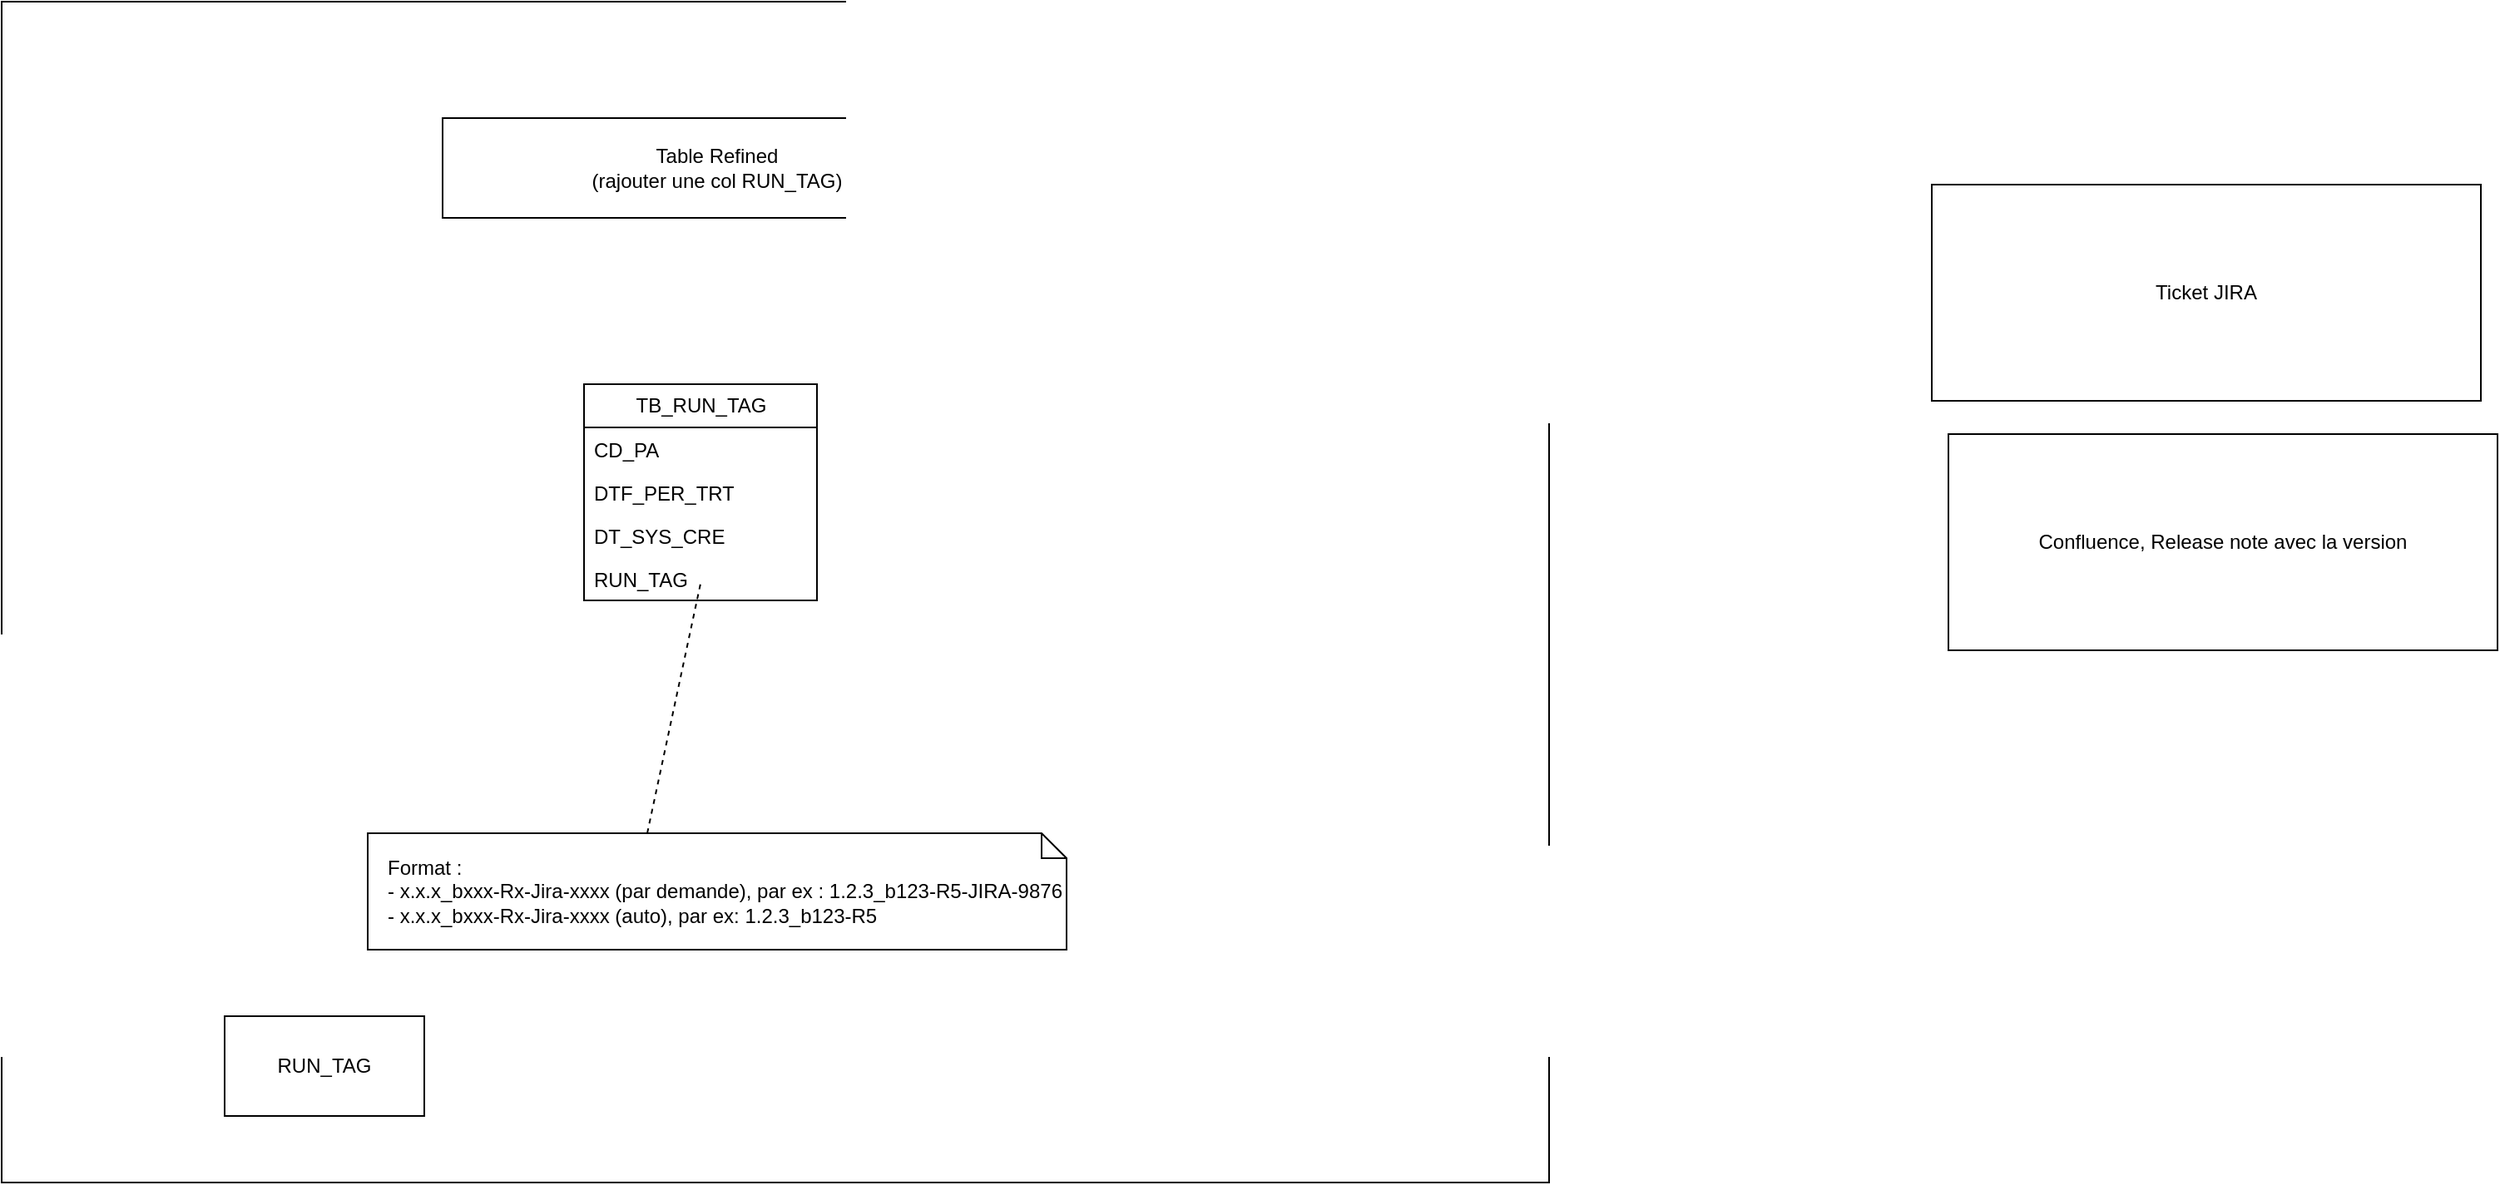
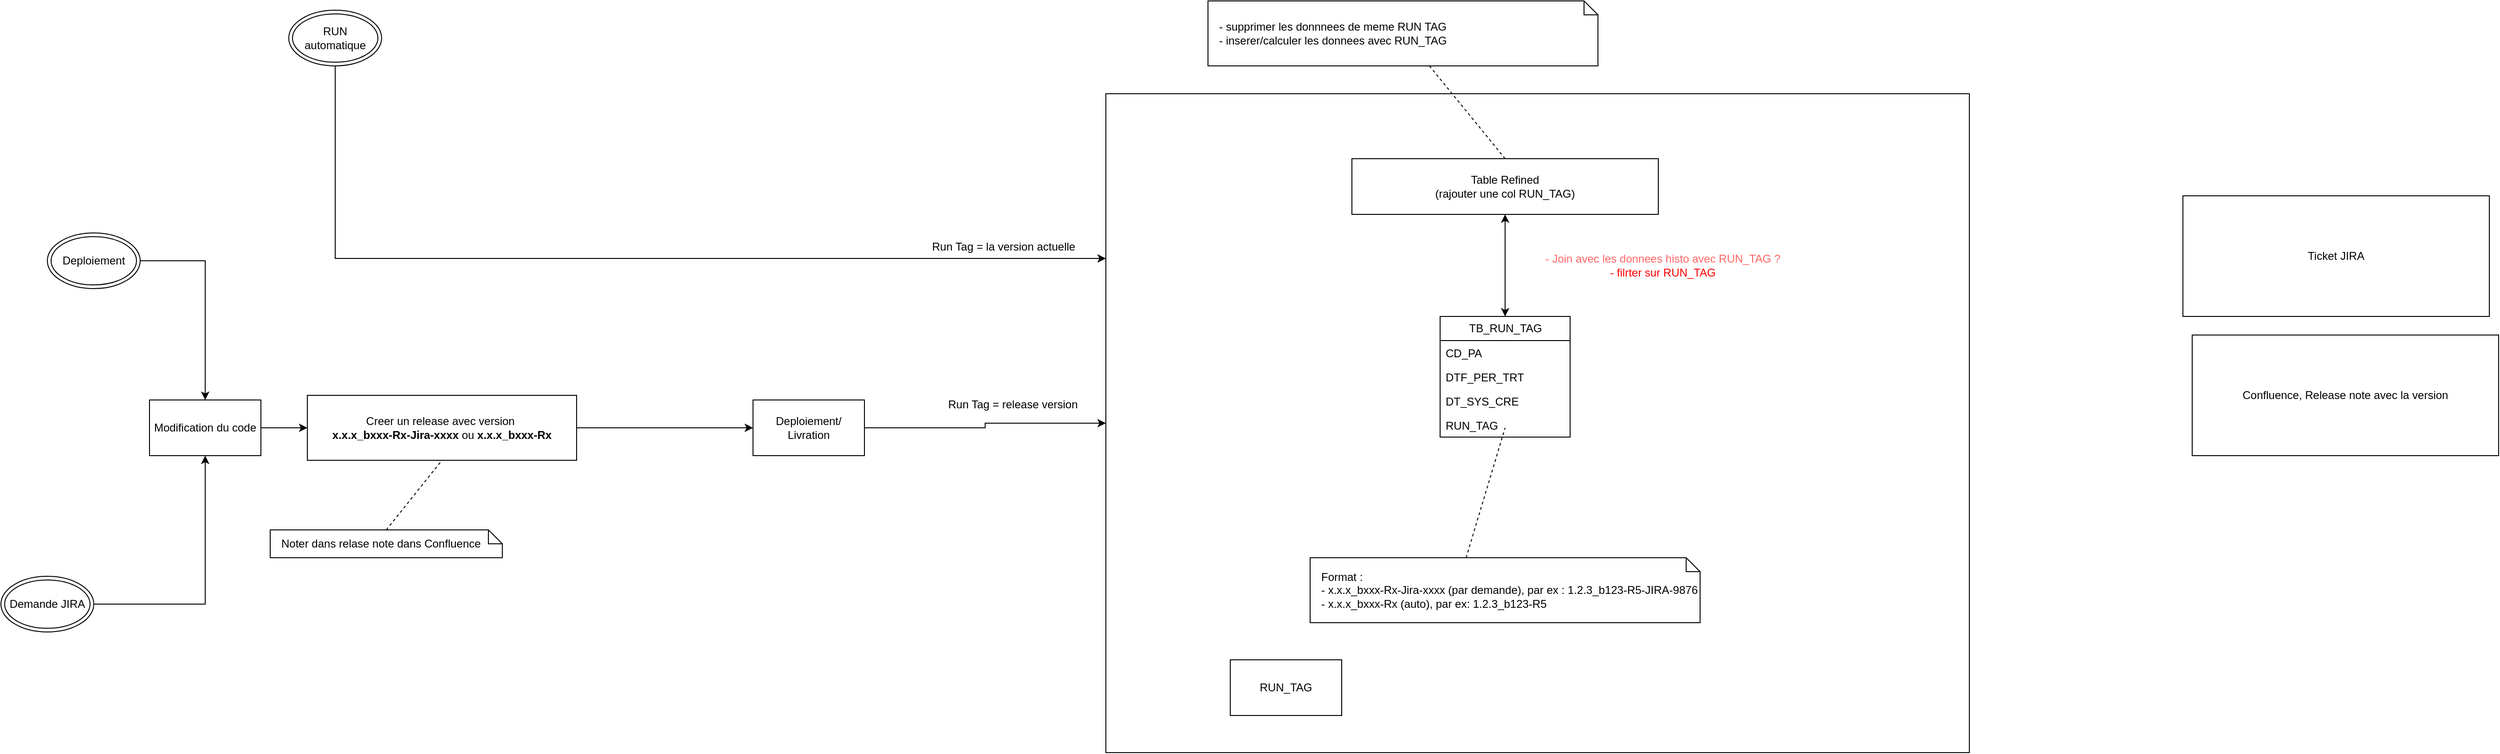
<mxfile host="app.diagrams.net">
  <diagram name="Page-1" id="bEAYSmEDHXBXhFzCy1HB">
-     <mxGraphModel dx="2046" dy="1106" grid="1" gridSize="10" guides="1" tooltips="1" connect="1" arrows="1" fold="1" page="1" pageScale="1" pageWidth="827" pageHeight="1169" math="0" shadow="0">
+     <mxGraphModel dx="3700" dy="1106" grid="1" gridSize="10" guides="1" tooltips="1" connect="1" arrows="1" fold="1" page="1" pageScale="1" pageWidth="827" pageHeight="1169" math="0" shadow="0">
      <root>
        <mxCell id="0" />
        <mxCell id="1" parent="0" />
        <mxCell id="QUzsFoNl6aFI_2ed8XXq-13" parent="1" style="rounded=0;whiteSpace=wrap;html=1;" value="" vertex="1">
          <mxGeometry height="710" width="930" x="280" y="150" as="geometry" />
        </mxCell>
        <mxCell id="QUzsFoNl6aFI_2ed8XXq-1" parent="1" style="swimlane;fontStyle=0;childLayout=stackLayout;horizontal=1;startSize=26;fillColor=none;horizontalStack=0;resizeParent=1;resizeParentMax=0;resizeLast=0;collapsible=1;marginBottom=0;html=1;" value="TB_RUN_TAG" vertex="1">
-           <mxGeometry height="130" width="140" x="630" y="380" as="geometry" />
+           <mxGeometry height="130" width="140" x="640" y="390" as="geometry" />
        </mxCell>
        <mxCell id="QUzsFoNl6aFI_2ed8XXq-2" parent="QUzsFoNl6aFI_2ed8XXq-1" style="text;strokeColor=none;fillColor=none;align=left;verticalAlign=top;spacingLeft=4;spacingRight=4;overflow=hidden;rotatable=0;points=[[0,0.5],[1,0.5]];portConstraint=eastwest;whiteSpace=wrap;html=1;" value="CD_PA" vertex="1">
          <mxGeometry height="26" width="140" y="26" as="geometry" />
        </mxCell>
        <mxCell id="QUzsFoNl6aFI_2ed8XXq-3" parent="QUzsFoNl6aFI_2ed8XXq-1" style="text;strokeColor=none;fillColor=none;align=left;verticalAlign=top;spacingLeft=4;spacingRight=4;overflow=hidden;rotatable=0;points=[[0,0.5],[1,0.5]];portConstraint=eastwest;whiteSpace=wrap;html=1;" value="DTF_PER_TRT" vertex="1">
          <mxGeometry height="26" width="140" y="52" as="geometry" />
        </mxCell>
        <mxCell id="QUzsFoNl6aFI_2ed8XXq-4" parent="QUzsFoNl6aFI_2ed8XXq-1" style="text;strokeColor=none;fillColor=none;align=left;verticalAlign=top;spacingLeft=4;spacingRight=4;overflow=hidden;rotatable=0;points=[[0,0.5],[1,0.5]];portConstraint=eastwest;whiteSpace=wrap;html=1;" value="DT_SYS_CRE" vertex="1">
          <mxGeometry height="26" width="140" y="78" as="geometry" />
        </mxCell>
        <mxCell id="QUzsFoNl6aFI_2ed8XXq-5" parent="QUzsFoNl6aFI_2ed8XXq-1" style="text;strokeColor=none;fillColor=none;align=left;verticalAlign=top;spacingLeft=4;spacingRight=4;overflow=hidden;rotatable=0;points=[[0,0.5],[1,0.5]];portConstraint=eastwest;whiteSpace=wrap;html=1;" value="RUN_TAG" vertex="1">
          <mxGeometry height="26" width="140" y="104" as="geometry" />
        </mxCell>
        <mxCell id="QUzsFoNl6aFI_2ed8XXq-6" parent="1" style="rounded=0;whiteSpace=wrap;html=1;" value="RUN_TAG" vertex="1">
          <mxGeometry height="60" width="120" x="414" y="760" as="geometry" />
        </mxCell>
-         <mxCell id="QUzsFoNl6aFI_2ed8XXq-7" parent="1" style="shape=note;size=15;align=left;spacingLeft=10;html=1;whiteSpace=wrap;" value="Format :&amp;nbsp;&lt;div&gt;- x.x.x_bxxx-Rx-Jira-xxxx (par demande), par ex : 1.2.3_b123-R5-JIRA-9876&lt;/div&gt;&lt;div&gt;- x.x.x_bxxx-Rx-Jira-xxxx&amp;nbsp;(auto), par ex: 1.2.3_b123-R5&lt;/div&gt;" vertex="1">
+         <mxCell id="QUzsFoNl6aFI_2ed8XXq-7" parent="1" style="shape=note;size=15;align=left;spacingLeft=10;html=1;whiteSpace=wrap;" value="Format :&amp;nbsp;&lt;div&gt;- x.x.x_bxxx-Rx-Jira-xxxx (par demande), par ex : 1.2.3_b123-R5-JIRA-9876&lt;/div&gt;&lt;div&gt;- x.x.x_bxxx-Rx (auto), par ex: 1.2.3_b123-R5&lt;/div&gt;" vertex="1">
          <mxGeometry height="70" width="420" x="500" y="650" as="geometry" />
        </mxCell>
        <mxCell id="QUzsFoNl6aFI_2ed8XXq-8" edge="1" parent="1" source="QUzsFoNl6aFI_2ed8XXq-7" style="edgeStyle=none;endArrow=none;exitX=0.4;exitY=0;dashed=1;html=1;rounded=0;entryX=0.5;entryY=0.615;entryDx=0;entryDy=0;entryPerimeter=0;" target="QUzsFoNl6aFI_2ed8XXq-5" value="">
          <mxGeometry relative="1" x="1" as="geometry">
            <mxPoint x="590" y="660" as="targetPoint" />
          </mxGeometry>
        </mxCell>
        <mxCell id="QUzsFoNl6aFI_2ed8XXq-10" parent="1" style="rounded=0;whiteSpace=wrap;html=1;" value="Confluence, Release note avec la v&lt;span style=&quot;background-color: transparent; color: light-dark(rgb(0, 0, 0), rgb(255, 255, 255));&quot;&gt;ersion&lt;/span&gt;" vertex="1">
          <mxGeometry height="130" width="330" x="1450" y="410" as="geometry" />
        </mxCell>
        <mxCell id="QUzsFoNl6aFI_2ed8XXq-11" parent="1" style="rounded=0;whiteSpace=wrap;html=1;" value="Ticket JIRA" vertex="1">
          <mxGeometry height="130" width="330" x="1440" y="260" as="geometry" />
        </mxCell>
+         <mxCell id="QUzsFoNl6aFI_2ed8XXq-42" edge="1" parent="1" source="QUzsFoNl6aFI_2ed8XXq-12" style="edgeStyle=orthogonalEdgeStyle;rounded=0;orthogonalLoop=1;jettySize=auto;html=1;entryX=0.5;entryY=0;entryDx=0;entryDy=0;startArrow=classic;startFill=1;" target="QUzsFoNl6aFI_2ed8XXq-1">
+           <mxGeometry relative="1" as="geometry" />
+         </mxCell>
        <mxCell id="QUzsFoNl6aFI_2ed8XXq-12" parent="1" style="rounded=0;whiteSpace=wrap;html=1;" value="Table Refined&lt;div&gt;(rajouter une col RUN_TAG)&lt;/div&gt;" vertex="1">
          <mxGeometry height="60" width="330" x="545" y="220" as="geometry" />
+         </mxCell>
+         <mxCell id="QUzsFoNl6aFI_2ed8XXq-27" edge="1" parent="1" source="QUzsFoNl6aFI_2ed8XXq-33" style="edgeStyle=orthogonalEdgeStyle;rounded=0;orthogonalLoop=1;jettySize=auto;html=1;entryX=0.5;entryY=0;entryDx=0;entryDy=0;" target="QUzsFoNl6aFI_2ed8XXq-23">
+           <mxGeometry relative="1" as="geometry">
+             <mxPoint x="-760" y="325" as="sourcePoint" />
+           </mxGeometry>
+         </mxCell>
+         <mxCell id="QUzsFoNl6aFI_2ed8XXq-29" edge="1" parent="1" source="QUzsFoNl6aFI_2ed8XXq-34" style="edgeStyle=orthogonalEdgeStyle;rounded=0;orthogonalLoop=1;jettySize=auto;html=1;entryX=0.5;entryY=1;entryDx=0;entryDy=0;" target="QUzsFoNl6aFI_2ed8XXq-23">
+           <mxGeometry relative="1" as="geometry">
+             <mxPoint x="-820" y="785" as="sourcePoint" />
+           </mxGeometry>
+         </mxCell>
+         <mxCell id="QUzsFoNl6aFI_2ed8XXq-19" parent="1" style="text;html=1;whiteSpace=wrap;strokeColor=none;fillColor=none;align=center;verticalAlign=middle;rounded=0;" value="Run Tag = la version actuelle" vertex="1">
+           <mxGeometry height="30" width="200" x="70" y="300" as="geometry" />
+         </mxCell>
+         <mxCell id="QUzsFoNl6aFI_2ed8XXq-28" edge="1" parent="1" source="QUzsFoNl6aFI_2ed8XXq-23" style="edgeStyle=orthogonalEdgeStyle;rounded=0;orthogonalLoop=1;jettySize=auto;html=1;" target="QUzsFoNl6aFI_2ed8XXq-25">
+           <mxGeometry relative="1" as="geometry" />
+         </mxCell>
+         <mxCell id="QUzsFoNl6aFI_2ed8XXq-23" parent="1" style="rounded=0;whiteSpace=wrap;html=1;" value="Modification du code" vertex="1">
+           <mxGeometry height="60" width="120" x="-750" y="480" as="geometry" />
+         </mxCell>
+         <mxCell id="QUzsFoNl6aFI_2ed8XXq-31" edge="1" parent="1" source="QUzsFoNl6aFI_2ed8XXq-24" style="edgeStyle=orthogonalEdgeStyle;rounded=0;orthogonalLoop=1;jettySize=auto;html=1;" target="QUzsFoNl6aFI_2ed8XXq-13">
+           <mxGeometry relative="1" as="geometry" />
+         </mxCell>
+         <mxCell id="QUzsFoNl6aFI_2ed8XXq-24" parent="1" style="rounded=0;whiteSpace=wrap;html=1;" value="Deploiement/ Livration" vertex="1">
+           <mxGeometry height="60" width="120" x="-100" y="480" as="geometry" />
+         </mxCell>
+         <mxCell id="QUzsFoNl6aFI_2ed8XXq-30" edge="1" parent="1" source="QUzsFoNl6aFI_2ed8XXq-25" style="edgeStyle=orthogonalEdgeStyle;rounded=0;orthogonalLoop=1;jettySize=auto;html=1;entryX=0;entryY=0.5;entryDx=0;entryDy=0;" target="QUzsFoNl6aFI_2ed8XXq-24">
+           <mxGeometry relative="1" as="geometry" />
+         </mxCell>
+         <mxCell id="QUzsFoNl6aFI_2ed8XXq-25" parent="1" style="rounded=0;whiteSpace=wrap;html=1;" value="Creer un release avec version&amp;nbsp;&lt;div&gt;&lt;span style=&quot;text-align: left;&quot;&gt;&lt;b&gt;x.x.x_bxxx-Rx-Jira-xxxx&lt;/b&gt; ou&amp;nbsp;&lt;/span&gt;&lt;span style=&quot;text-align: left;&quot;&gt;&lt;b&gt;x.x.x_bxxx-Rx&lt;/b&gt;&lt;/span&gt;&lt;/div&gt;" vertex="1">
+           <mxGeometry height="70" width="290" x="-580" y="475" as="geometry" />
+         </mxCell>
+         <mxCell id="QUzsFoNl6aFI_2ed8XXq-33" parent="1" style="ellipse;shape=doubleEllipse;whiteSpace=wrap;html=1;" value="Deploiement" vertex="1">
+           <mxGeometry height="60" width="100" x="-860" y="300" as="geometry" />
+         </mxCell>
+         <mxCell id="QUzsFoNl6aFI_2ed8XXq-34" parent="1" style="ellipse;shape=doubleEllipse;whiteSpace=wrap;html=1;" value="Demande JIRA" vertex="1">
+           <mxGeometry height="60" width="100" x="-910" y="670" as="geometry" />
+         </mxCell>
+         <mxCell id="QUzsFoNl6aFI_2ed8XXq-36" edge="1" parent="1" source="QUzsFoNl6aFI_2ed8XXq-35" style="edgeStyle=orthogonalEdgeStyle;rounded=0;orthogonalLoop=1;jettySize=auto;html=1;entryX=0;entryY=0.25;entryDx=0;entryDy=0;" target="QUzsFoNl6aFI_2ed8XXq-13">
+           <mxGeometry relative="1" as="geometry">
+             <Array as="points">
+               <mxPoint x="-550" y="328" />
+             </Array>
+           </mxGeometry>
+         </mxCell>
+         <mxCell id="QUzsFoNl6aFI_2ed8XXq-35" parent="1" style="ellipse;shape=doubleEllipse;whiteSpace=wrap;html=1;" value="RUN automatique" vertex="1">
+           <mxGeometry height="60" width="100" x="-600" y="60" as="geometry" />
+         </mxCell>
+         <mxCell id="QUzsFoNl6aFI_2ed8XXq-37" parent="1" style="text;html=1;whiteSpace=wrap;strokeColor=none;fillColor=none;align=center;verticalAlign=middle;rounded=0;" value="Run Tag = release version" vertex="1">
+           <mxGeometry height="30" width="200" x="80" y="470" as="geometry" />
+         </mxCell>
+         <mxCell id="QUzsFoNl6aFI_2ed8XXq-38" parent="1" style="shape=note;size=15;align=left;spacingLeft=10;html=1;whiteSpace=wrap;" value="Noter dans relase note dans Confluence" vertex="1">
+           <mxGeometry height="30" width="250" x="-620" y="620" as="geometry" />
+         </mxCell>
+         <mxCell id="QUzsFoNl6aFI_2ed8XXq-39" edge="1" parent="1" source="QUzsFoNl6aFI_2ed8XXq-38" style="edgeStyle=none;endArrow=none;exitX=0.5;exitY=0;dashed=1;html=1;rounded=0;entryX=0.5;entryY=1;entryDx=0;entryDy=0;exitDx=0;exitDy=0;exitPerimeter=0;" target="QUzsFoNl6aFI_2ed8XXq-25" value="">
+           <mxGeometry relative="1" x="1" as="geometry">
+             <mxPoint x="710" y="660" as="sourcePoint" />
+             <mxPoint x="762" y="510" as="targetPoint" />
+           </mxGeometry>
+         </mxCell>
+         <mxCell id="QUzsFoNl6aFI_2ed8XXq-40" parent="1" style="shape=note;size=15;align=left;spacingLeft=10;html=1;whiteSpace=wrap;" value="- supprimer les donnnees de meme RUN TAG&lt;div&gt;- inserer/calculer les donnees avec RUN_TAG&lt;/div&gt;" vertex="1">
+           <mxGeometry height="70" width="420" x="390" y="50" as="geometry" />
+         </mxCell>
+         <mxCell id="QUzsFoNl6aFI_2ed8XXq-41" edge="1" parent="1" source="QUzsFoNl6aFI_2ed8XXq-40" style="edgeStyle=none;endArrow=none;dashed=1;html=1;rounded=0;entryX=0.5;entryY=0;entryDx=0;entryDy=0;" target="QUzsFoNl6aFI_2ed8XXq-12" value="">
+           <mxGeometry relative="1" x="1" as="geometry">
+             <mxPoint x="720" y="650" as="sourcePoint" />
+             <mxPoint x="772" y="500" as="targetPoint" />
+           </mxGeometry>
+         </mxCell>
+         <mxCell id="QUzsFoNl6aFI_2ed8XXq-43" parent="1" style="text;html=1;whiteSpace=wrap;strokeColor=none;fillColor=none;align=center;verticalAlign=middle;rounded=0;" value="&lt;font style=&quot;color: rgb(255, 102, 102);&quot;&gt;- Join avec les donnees histo avec RUN_TAG ?&lt;/font&gt;&lt;div&gt;&lt;font style=&quot;color: rgb(255, 0, 0);&quot;&gt;- filrter sur RUN_TAG&lt;/font&gt;&lt;/div&gt;" vertex="1">
+           <mxGeometry height="30" width="320" x="720" y="320" as="geometry" />
        </mxCell>
      </root>
    </mxGraphModel>
  </diagram>
</mxfile>
